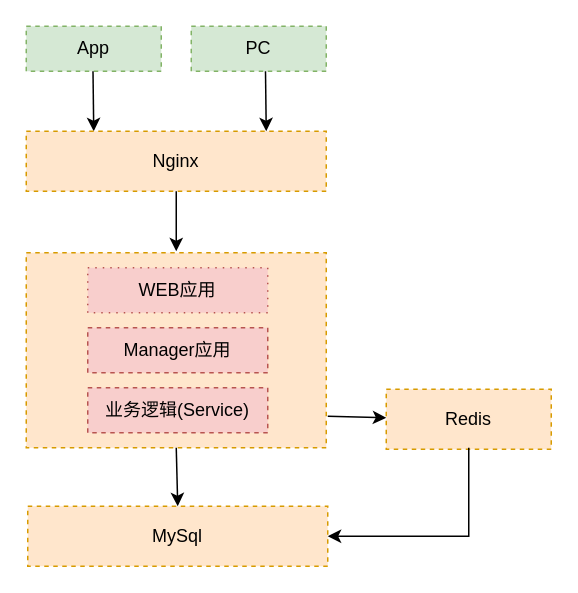
This is page "单体" (1 of 4) of ppt1.drawio from liujx2005/liujx2005, a draw.io file, before an edit. Source tidied: cells renumbered, new cells numbered last; positions are measured from the earlier drawing's top-left corner, leaving out a move shared by most shapes. Both pictures are drawn from the tidied source at 150%, with x=0, y=0 at pixel (26, 26).
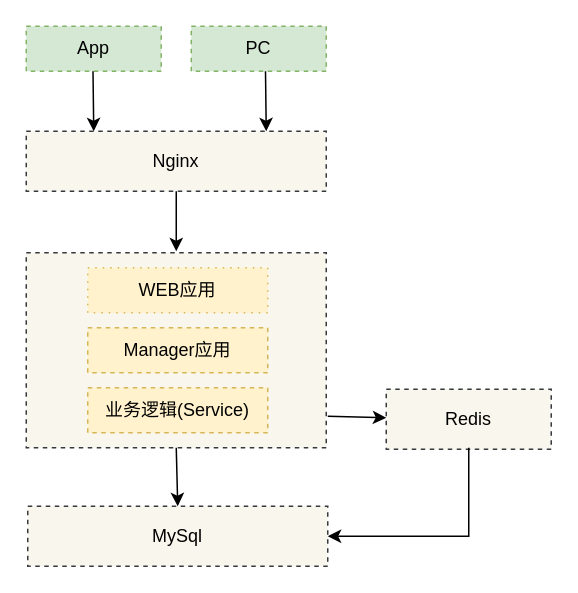
Above is the later version.

Diff of the diagram source:
```diff
@@
-    <mxCell id="4" style="rounded=0;whiteSpace=wrap;html=1;fillColor=#ffe6cc;strokeColor=#d79b00;dashed=1;" parent="1" vertex="1">
+    <mxCell id="4" style="rounded=0;whiteSpace=wrap;html=1;dashed=1;fillColor=#f9f7ed;strokeColor=#36393d;" parent="1" vertex="1">
       <mxGeometry y="151" width="200" height="130" as="geometry" />
     </mxCell>
-    <mxCell id="5" value="WEB应用" style="rounded=0;whiteSpace=wrap;html=1;fillColor=#f8cecc;strokeColor=#b85450;dashed=1;dashPattern=1 4;" parent="1" vertex="1">
+    <mxCell id="5" value="WEB应用" style="rounded=0;whiteSpace=wrap;html=1;fillColor=#fff2cc;strokeColor=#d6b656;dashed=1;dashPattern=1 4;" parent="1" vertex="1">
       <mxGeometry x="41" y="161" width="120" height="30" as="geometry" />
     </mxCell>
-    <mxCell id="6" value="Manager应用" style="rounded=0;whiteSpace=wrap;html=1;fillColor=#f8cecc;strokeColor=#b85450;dashed=1;" parent="1" vertex="1">
+    <mxCell id="6" value="Manager应用" style="rounded=0;whiteSpace=wrap;html=1;fillColor=#fff2cc;strokeColor=#d6b656;dashed=1;" parent="1" vertex="1">
       <mxGeometry x="41" y="201" width="120" height="30" as="geometry" />
     </mxCell>
-    <mxCell id="7" value="业务逻辑(Service)" style="rounded=0;whiteSpace=wrap;html=1;fillColor=#f8cecc;strokeColor=#b85450;dashed=1;" parent="1" vertex="1">
+    <mxCell id="7" value="业务逻辑(Service)" style="rounded=0;whiteSpace=wrap;html=1;fillColor=#fff2cc;strokeColor=#d6b656;dashed=1;" parent="1" vertex="1">
       <mxGeometry x="41" y="241" width="120" height="30" as="geometry" />
     </mxCell>
@@
-    <mxCell id="10" value="Nginx" style="rounded=0;whiteSpace=wrap;html=1;fillColor=#ffe6cc;strokeColor=#d79b00;dashed=1;" parent="1" vertex="1">
+    <mxCell id="10" value="Nginx" style="rounded=0;whiteSpace=wrap;html=1;fillColor=#f9f7ed;strokeColor=#36393d;dashed=1;" parent="1" vertex="1">
       <mxGeometry y="70" width="200" height="40" as="geometry" />
     </mxCell>
@@
-    <mxCell id="12" value="Redis" style="rounded=0;whiteSpace=wrap;html=1;fillColor=#ffe6cc;strokeColor=#d79b00;dashed=1;" parent="1" vertex="1">
+    <mxCell id="12" value="Redis" style="rounded=0;whiteSpace=wrap;html=1;fillColor=#f9f7ed;strokeColor=#36393d;dashed=1;" parent="1" vertex="1">
       <mxGeometry x="240" y="242" width="110" height="40" as="geometry" />
     </mxCell>
-    <mxCell id="13" value="MySql" style="rounded=0;whiteSpace=wrap;html=1;fillColor=#ffe6cc;strokeColor=#d79b00;dashed=1;" parent="1" vertex="1">
+    <mxCell id="13" value="MySql" style="rounded=0;whiteSpace=wrap;html=1;fillColor=#f9f7ed;strokeColor=#36393d;dashed=1;" parent="1" vertex="1">
       <mxGeometry x="1" y="320" width="200" height="40" as="geometry" />
     </mxCell>
```
